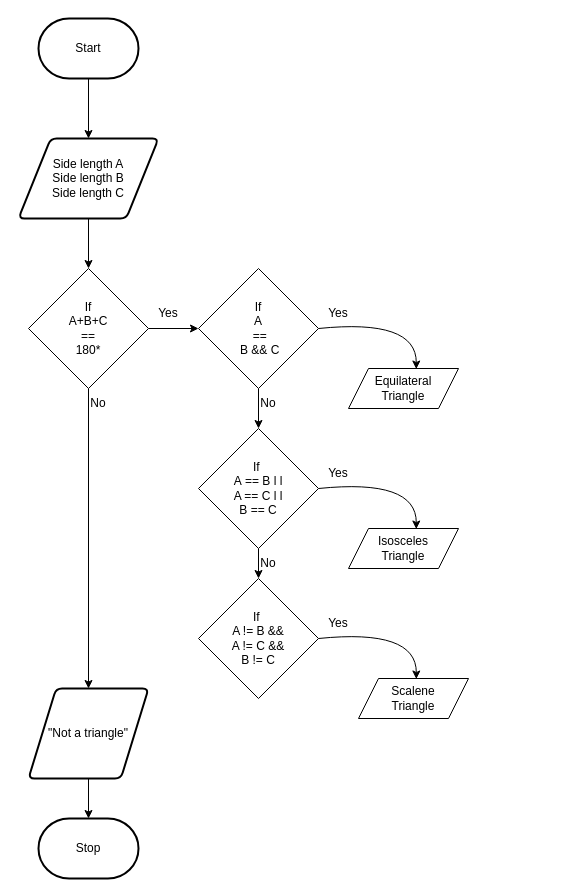
The draw.io diagram design/flow-chart.drawio in Alex-Nelson-1/ISC2O-UNIT5-04-JS-NESTED-IF-STATEMENTS, before the edit. Source tidied: cells renumbered, new cells numbered last; positions are measured from the earlier drawing's top-left corner, leaving out a move shared by most shapes. Both pictures are drawn from the tidied source at 100%, with x=0, y=0 at pixel (18, 18).
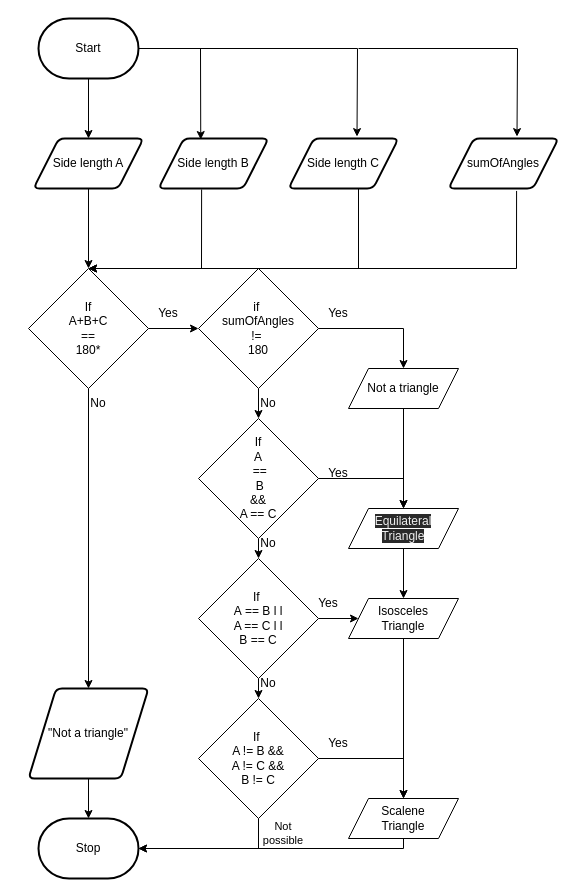
The same page after the edit.

Commit message:
flow chart

The change refers to these unchanged cells:
```xml
<mxCell id="3" value="Start" style="strokeWidth=2;html=1;shape=mxgraph.flowchart.terminator;whiteSpace=wrap;" parent="1" vertex="1">
  <mxGeometry x="20" width="100" height="60" as="geometry" />
</mxCell>
<mxCell id="8" value="Stop" style="strokeWidth=2;html=1;shape=mxgraph.flowchart.terminator;whiteSpace=wrap;" parent="1" vertex="1">
  <mxGeometry x="20" y="800" width="100" height="60" as="geometry" />
</mxCell>
<mxCell id="11" value="If&lt;br&gt;A+B+C&lt;br&gt;==&lt;br&gt;180*" style="rhombus;whiteSpace=wrap;html=1;" parent="1" vertex="1">
  <mxGeometry x="10" y="250" width="120" height="120" as="geometry" />
</mxCell>
```

Diff of the diagram source:
```diff
@@
-    <mxCell id="5" value="Side length A&lt;br&gt;Side length B&lt;br&gt;Side length C" style="shape=parallelogram;html=1;strokeWidth=2;perimeter=parallelogramPerimeter;whiteSpace=wrap;rounded=1;arcSize=12;size=0.23;" parent="1" vertex="1">
-      <mxGeometry y="120" width="140" height="80" as="geometry" />
+    <mxCell id="5" value="Side length A" style="shape=parallelogram;html=1;strokeWidth=2;perimeter=parallelogramPerimeter;whiteSpace=wrap;rounded=1;arcSize=12;size=0.23;" parent="1" vertex="1">
+      <mxGeometry x="15" y="120" width="110" height="50" as="geometry" />
     </mxCell>
@@
-    <mxCell id="13" value="If&lt;br&gt;A&lt;br&gt;&amp;nbsp;==&lt;br&gt;&amp;nbsp;B &amp;amp;&amp;amp; C" style="rhombus;whiteSpace=wrap;html=1;" parent="1" vertex="1">
+    <mxCell id="13" value="if&amp;nbsp;&lt;br&gt;sumOfAngles&lt;br&gt;!=&amp;nbsp;&lt;br&gt;180" style="rhombus;whiteSpace=wrap;html=1;" parent="1" vertex="1">
       <mxGeometry x="180" y="250" width="120" height="120" as="geometry" />
     </mxCell>
-    <mxCell id="14" style="edgeStyle=none;html=1;" parent="1" edge="1" source="15" target="25">
-      <mxGeometry relative="1" as="geometry" />
-    </mxCell>
+    <mxCell id="30" style="edgeStyle=none;html=1;" parent="1" edge="1" source="15" target="46">
+      <mxGeometry relative="1" as="geometry" />
+    </mxCell>
-    <mxCell id="15" value="If&amp;nbsp;&lt;br&gt;A&amp;nbsp;== B l l &lt;br&gt;A == C l l&lt;br&gt;B == C" style="rhombus;whiteSpace=wrap;html=1;" parent="1" vertex="1">
-      <mxGeometry x="180" y="410" width="120" height="120" as="geometry" />
+    <mxCell id="15" value="If&lt;br&gt;A&lt;br&gt;&amp;nbsp;==&lt;br&gt;&amp;nbsp;B&lt;br&gt;&amp;amp;&amp;amp;&lt;br&gt;A == C" style="rhombus;whiteSpace=wrap;html=1;" parent="1" vertex="1">
+      <mxGeometry x="180" y="400" width="120" height="120" as="geometry" />
     </mxCell>
-    <mxCell id="16" value="Equilateral&lt;br&gt;Triangle" style="shape=parallelogram;perimeter=parallelogramPerimeter;whiteSpace=wrap;html=1;fixedSize=1;" parent="1" vertex="1">
+    <mxCell id="16" value="Not a triangle" style="shape=parallelogram;perimeter=parallelogramPerimeter;whiteSpace=wrap;html=1;fixedSize=1;" parent="1" vertex="1">
       <mxGeometry x="330" y="350" width="110" height="40" as="geometry" />
     </mxCell>
-    <mxCell id="17" style="curved=1;endArrow=classic;html=1;exitX=1;exitY=0.5;exitDx=0;exitDy=0;entryX=0.616;entryY=0.013;entryDx=0;entryDy=0;entryPerimeter=0;" parent="1" edge="1" source="13" target="16">
-      <mxGeometry relative="1" as="geometry">
-        <Array as="points">
-          <mxPoint x="398" y="300" />
-        </Array>
-      </mxGeometry>
-    </mxCell>
+    <mxCell id="31" style="edgeStyle=none;html=1;" parent="1" edge="1" source="18" target="48">
+      <mxGeometry relative="1" as="geometry" />
+    </mxCell>
-    <mxCell id="18" value="Isosceles&lt;br&gt;Triangle" style="shape=parallelogram;perimeter=parallelogramPerimeter;whiteSpace=wrap;html=1;fixedSize=1;" parent="1" vertex="1">
-      <mxGeometry x="330" y="510" width="110" height="40" as="geometry" />
+    <mxCell id="18" value="&lt;span style=&quot;color: rgb(240, 240, 240); font-family: helvetica; font-size: 12px; font-style: normal; font-weight: 400; letter-spacing: normal; text-align: center; text-indent: 0px; text-transform: none; word-spacing: 0px; background-color: rgb(42, 42, 42); display: inline; float: none;&quot;&gt;Equilateral&lt;/span&gt;&lt;br style=&quot;color: rgb(240, 240, 240); font-family: helvetica; font-size: 12px; font-style: normal; font-weight: 400; letter-spacing: normal; text-align: center; text-indent: 0px; text-transform: none; word-spacing: 0px; background-color: rgb(42, 42, 42);&quot;&gt;&lt;span style=&quot;color: rgb(240, 240, 240); font-family: helvetica; font-size: 12px; font-style: normal; font-weight: 400; letter-spacing: normal; text-align: center; text-indent: 0px; text-transform: none; word-spacing: 0px; background-color: rgb(42, 42, 42); display: inline; float: none;&quot;&gt;Triangle&lt;/span&gt;" style="shape=parallelogram;perimeter=parallelogramPerimeter;whiteSpace=wrap;html=1;fixedSize=1;" parent="1" vertex="1">
+      <mxGeometry x="330" y="490" width="110" height="40" as="geometry" />
     </mxCell>
-    <mxCell id="19" style="curved=1;endArrow=classic;html=1;entryX=0.616;entryY=0.013;entryDx=0;entryDy=0;entryPerimeter=0;" parent="1" edge="1" target="18">
-      <mxGeometry relative="1" as="geometry">
-        <mxPoint x="300" y="470" as="sourcePoint" />
-        <Array as="points">
-          <mxPoint x="398" y="460" />
-        </Array>
-      </mxGeometry>
-    </mxCell>
@@
     <mxCell id="25" value="If&amp;nbsp;&lt;br&gt;A != B &amp;amp;&amp;amp;&lt;br&gt;A != C &amp;amp;&amp;amp;&lt;br&gt;B != C" style="rhombus;whiteSpace=wrap;html=1;" parent="1" vertex="1">
-      <mxGeometry x="180" y="560" width="120" height="120" as="geometry" />
+      <mxGeometry x="180" y="680" width="120" height="120" as="geometry" />
     </mxCell>
-    <mxCell id="26" style="curved=1;endArrow=classic;html=1;entryX=0.616;entryY=0.013;entryDx=0;entryDy=0;entryPerimeter=0;" parent="1" edge="1">
-      <mxGeometry relative="1" as="geometry">
-        <mxPoint x="300" y="620" as="sourcePoint" />
-        <mxPoint x="397.8" y="660.5" as="targetPoint" />
-        <Array as="points">
-          <mxPoint x="398" y="610" />
-        </Array>
-      </mxGeometry>
-    </mxCell>
     <mxCell id="27" value="Yes" style="text;html=1;strokeColor=none;fillColor=none;align=center;verticalAlign=middle;whiteSpace=wrap;rounded=0;" parent="1" vertex="1">
-      <mxGeometry x="290" y="590" width="60" height="30" as="geometry" />
+      <mxGeometry x="290" y="710" width="60" height="30" as="geometry" />
     </mxCell>
     <mxCell id="28" value="Scalene&lt;br&gt;Triangle" style="shape=parallelogram;perimeter=parallelogramPerimeter;whiteSpace=wrap;html=1;fixedSize=1;" parent="1" vertex="1">
-      <mxGeometry x="340" y="660" width="110" height="40" as="geometry" />
+      <mxGeometry x="330" y="780" width="110" height="40" as="geometry" />
     </mxCell>
     <mxCell id="29" value="No" style="text;html=1;strokeColor=none;fillColor=none;align=center;verticalAlign=middle;whiteSpace=wrap;rounded=0;" parent="1" vertex="1">
-      <mxGeometry x="220" y="530" width="60" height="30" as="geometry" />
+      <mxGeometry x="220" y="510" width="60" height="30" as="geometry" />
     </mxCell>
+    <mxCell id="17" style="endArrow=classic;html=1;exitX=1;exitY=0.5;exitDx=0;exitDy=0;rounded=0;entryX=0.5;entryY=0;entryDx=0;entryDy=0;" parent="1" edge="1" source="13" target="16">
+      <mxGeometry relative="1" as="geometry">
+        <Array as="points">
+          <mxPoint x="385" y="310" />
+        </Array>
+      </mxGeometry>
+    </mxCell>
+    <mxCell id="32" style="endArrow=classic;html=1;entryX=0.5;entryY=0;entryDx=0;entryDy=0;rounded=0;" parent="1" edge="1" source="15" target="18">
+      <mxGeometry relative="1" as="geometry">
+        <Array as="points">
+          <mxPoint x="385" y="460" />
+        </Array>
+      </mxGeometry>
+    </mxCell>
+    <mxCell id="33" style="endArrow=classic;html=1;rounded=0;labelBackgroundColor=default;fontFamily=Helvetica;fontSize=11;fontColor=default;strokeColor=default;shape=connector;exitX=1;exitY=0.5;exitDx=0;exitDy=0;entryX=0.5;entryY=0;entryDx=0;entryDy=0;" parent="1" edge="1" source="25" target="28">
+      <mxGeometry relative="1" as="geometry">
+        <Array as="points">
+          <mxPoint x="385" y="740" />
+        </Array>
+      </mxGeometry>
+    </mxCell>
+    <mxCell id="34" style="endArrow=classic;html=1;rounded=0;labelBackgroundColor=default;fontFamily=Helvetica;fontSize=11;fontColor=default;strokeColor=default;shape=connector;exitX=0.5;exitY=1;exitDx=0;exitDy=0;entryX=1;entryY=0.5;entryDx=0;entryDy=0;entryPerimeter=0;" parent="1" edge="1" source="28" target="8">
+      <mxGeometry relative="1" as="geometry">
+        <Array as="points">
+          <mxPoint x="385" y="830" />
+        </Array>
+      </mxGeometry>
+    </mxCell>
+    <mxCell id="35" style="endArrow=classic;html=1;rounded=0;labelBackgroundColor=default;fontFamily=Helvetica;fontSize=11;fontColor=default;strokeColor=default;shape=connector;exitX=0.5;exitY=1;exitDx=0;exitDy=0;entryX=1;entryY=0.5;entryDx=0;entryDy=0;entryPerimeter=0;" parent="1" edge="1" source="25" target="8">
+      <mxGeometry relative="1" as="geometry">
+        <Array as="points">
+          <mxPoint x="240" y="830" />
+        </Array>
+      </mxGeometry>
+    </mxCell>
+    <mxCell id="36" value="Not&lt;br&gt;possible" style="text;html=1;strokeColor=none;fillColor=none;align=center;verticalAlign=middle;whiteSpace=wrap;rounded=0;fontFamily=Helvetica;fontSize=11;fontColor=default;" parent="1" vertex="1">
+      <mxGeometry x="240" y="800" width="50" height="30" as="geometry" />
+    </mxCell>
+    <mxCell id="37" style="endArrow=classic;html=1;exitX=0.5;exitY=1;exitDx=0;exitDy=0;entryX=0.5;entryY=0;entryDx=0;entryDy=0;" parent="1" edge="1" source="16" target="18">
+      <mxGeometry relative="1" as="geometry" />
+    </mxCell>
+    <mxCell id="38" value="Side length B&lt;br&gt;" style="shape=parallelogram;html=1;strokeWidth=2;perimeter=parallelogramPerimeter;whiteSpace=wrap;rounded=1;arcSize=12;size=0.23;" parent="1" vertex="1">
+      <mxGeometry x="140" y="120" width="110" height="50" as="geometry" />
+    </mxCell>
+    <mxCell id="39" style="endArrow=classic;html=1;exitX=1;exitY=0.5;exitDx=0;exitDy=0;exitPerimeter=0;entryX=0.384;entryY=0.021;entryDx=0;entryDy=0;entryPerimeter=0;rounded=0;" parent="1" edge="1" source="3" target="38">
+      <mxGeometry relative="1" as="geometry">
+        <Array as="points">
+          <mxPoint x="182" y="30" />
+        </Array>
+      </mxGeometry>
+    </mxCell>
+    <mxCell id="40" style="endArrow=classic;html=1;rounded=0;entryX=0.623;entryY=-0.038;entryDx=0;entryDy=0;entryPerimeter=0;" parent="1" edge="1">
+      <mxGeometry relative="1" as="geometry">
+        <mxPoint x="180" y="30" as="sourcePoint" />
+        <mxPoint x="338.5" y="118.1" as="targetPoint" />
+        <Array as="points">
+          <mxPoint x="339" y="30" />
+        </Array>
+      </mxGeometry>
+    </mxCell>
+    <mxCell id="41" style="endArrow=classic;html=1;rounded=0;exitX=0.392;exitY=1.02;exitDx=0;exitDy=0;exitPerimeter=0;entryX=0.5;entryY=0;entryDx=0;entryDy=0;" parent="1" edge="1" source="38" target="11">
+      <mxGeometry relative="1" as="geometry">
+        <Array as="points">
+          <mxPoint x="183" y="250" />
+        </Array>
+      </mxGeometry>
+    </mxCell>
+    <mxCell id="42" style="endArrow=classic;html=1;rounded=0;" parent="1" edge="1">
+      <mxGeometry relative="1" as="geometry">
+        <mxPoint x="340" y="160" as="sourcePoint" />
+        <mxPoint x="70" y="250" as="targetPoint" />
+        <Array as="points">
+          <mxPoint x="340" y="250" />
+        </Array>
+      </mxGeometry>
+    </mxCell>
+    <mxCell id="43" value="Side length C" style="shape=parallelogram;html=1;strokeWidth=2;perimeter=parallelogramPerimeter;whiteSpace=wrap;rounded=1;arcSize=12;size=0.23;" parent="1" vertex="1">
+      <mxGeometry x="270" y="120" width="110" height="50" as="geometry" />
+    </mxCell>
+    <mxCell id="44" style="edgeStyle=none;html=1;" parent="1" edge="1" source="46" target="25">
+      <mxGeometry relative="1" as="geometry" />
+    </mxCell>
+    <mxCell id="45" style="edgeStyle=none;html=1;" parent="1" edge="1" source="46" target="48">
+      <mxGeometry relative="1" as="geometry" />
+    </mxCell>
+    <mxCell id="46" value="If&amp;nbsp;&lt;br&gt;A&amp;nbsp;== B l l&lt;br&gt;A == C l l&lt;br&gt;B == C" style="rhombus;whiteSpace=wrap;html=1;" parent="1" vertex="1">
+      <mxGeometry x="180" y="540" width="120" height="120" as="geometry" />
+    </mxCell>
+    <mxCell id="47" style="endArrow=classic;html=1;exitX=0.5;exitY=1;exitDx=0;exitDy=0;startArrow=none;" parent="1" edge="1" source="48">
+      <mxGeometry relative="1" as="geometry">
+        <mxPoint x="385" y="780" as="targetPoint" />
+      </mxGeometry>
+    </mxCell>
+    <mxCell id="48" value="Isosceles&lt;br&gt;Triangle" style="shape=parallelogram;perimeter=parallelogramPerimeter;whiteSpace=wrap;html=1;fixedSize=1;" parent="1" vertex="1">
+      <mxGeometry x="330" y="580" width="110" height="40" as="geometry" />
+    </mxCell>
+    <mxCell id="49" value="Yes" style="text;html=1;strokeColor=none;fillColor=none;align=center;verticalAlign=middle;whiteSpace=wrap;rounded=0;" parent="1" vertex="1">
+      <mxGeometry x="280" y="570" width="60" height="30" as="geometry" />
+    </mxCell>
+    <mxCell id="50" value="No" style="text;html=1;strokeColor=none;fillColor=none;align=center;verticalAlign=middle;whiteSpace=wrap;rounded=0;" parent="1" vertex="1">
+      <mxGeometry x="220" y="650" width="60" height="30" as="geometry" />
+    </mxCell>
+    <mxCell id="51" style="endArrow=classic;html=1;rounded=0;entryX=0.623;entryY=-0.038;entryDx=0;entryDy=0;entryPerimeter=0;" parent="1" edge="1">
+      <mxGeometry relative="1" as="geometry">
+        <mxPoint x="340" y="30" as="sourcePoint" />
+        <mxPoint x="498.5" y="118.1" as="targetPoint" />
+        <Array as="points">
+          <mxPoint x="499" y="30" />
+        </Array>
+      </mxGeometry>
+    </mxCell>
+    <mxCell id="52" value="sumOfAngles" style="shape=parallelogram;html=1;strokeWidth=2;perimeter=parallelogramPerimeter;whiteSpace=wrap;rounded=1;arcSize=12;size=0.23;" parent="1" vertex="1">
+      <mxGeometry x="430" y="120" width="110" height="50" as="geometry" />
+    </mxCell>
+    <mxCell id="53" style="endArrow=classic;html=1;exitX=0.619;exitY=1.049;exitDx=0;exitDy=0;exitPerimeter=0;entryX=0.5;entryY=0;entryDx=0;entryDy=0;rounded=0;" parent="1" edge="1" source="52" target="11">
+      <mxGeometry relative="1" as="geometry">
+        <Array as="points">
+          <mxPoint x="498" y="250" />
+        </Array>
+      </mxGeometry>
+    </mxCell>
```
